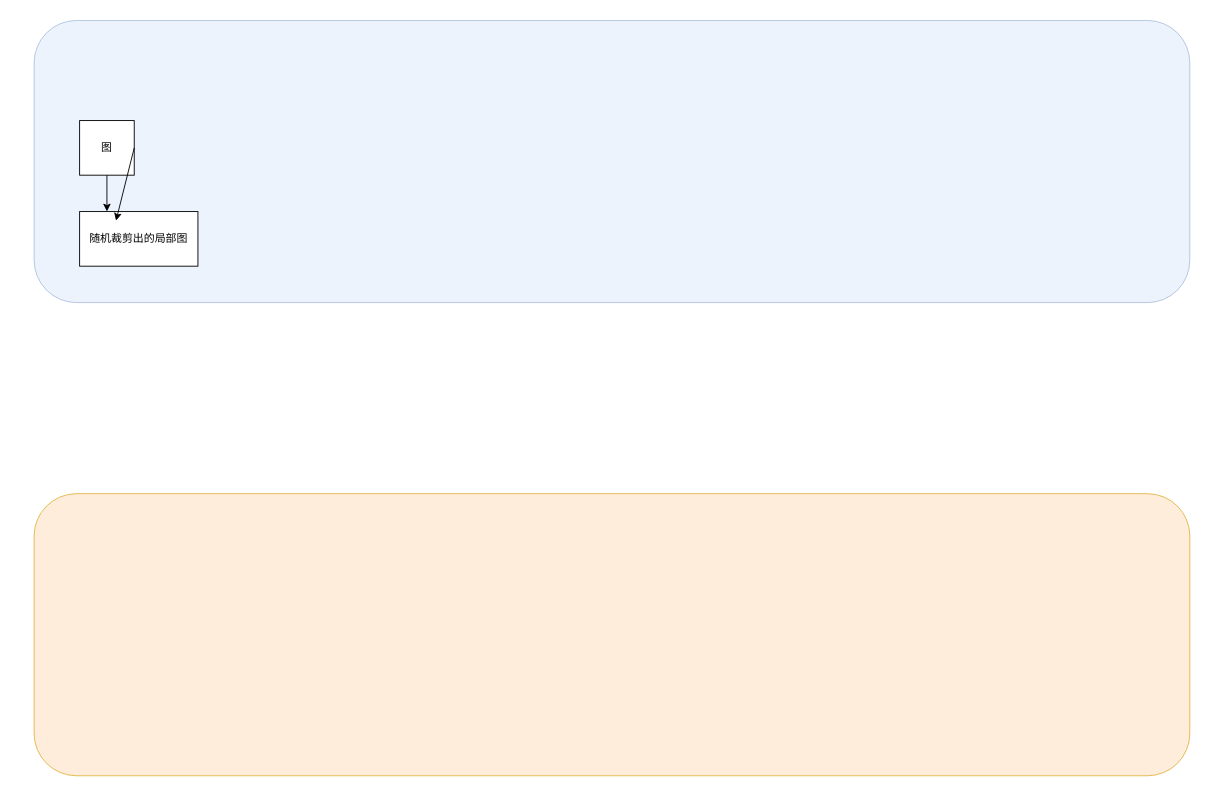
This is SAM-Med2D_fair.drawio from FiveYuanWashingMachine/ml_toolset, a draw.io file, before an edit. Source tidied: cells renumbered, new cells numbered last; positions are measured from the earlier drawing's top-left corner, leaving out a move shared by most shapes. Both pictures are drawn from the tidied source at 91%, with x=0, y=0 at pixel (34, 20).
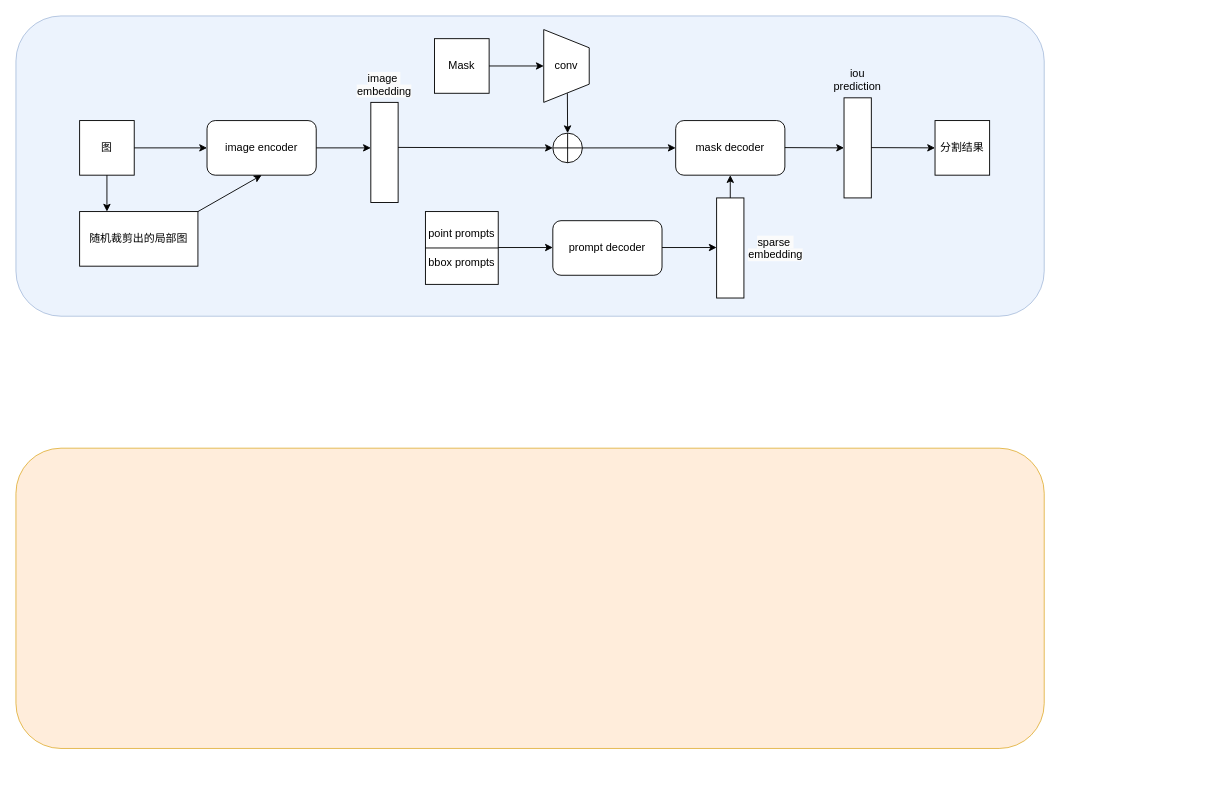
After the change.

Unchanged cells that the change refers to:
```xml
<mxCell id="3" value="图" style="rounded=0;whiteSpace=wrap;html=1;" parent="1" vertex="1">
  <mxGeometry x="50" y="110" width="60" height="60" as="geometry" />
</mxCell>
<mxCell id="6" value="随机裁剪出的局部图" style="rounded=0;whiteSpace=wrap;html=1;" parent="1" vertex="1">
  <mxGeometry x="50" y="210" width="130" height="60" as="geometry" />
</mxCell>
```

What changed in the source:
```diff
@@
     <mxCell id="2" style="rounded=1;whiteSpace=wrap;html=1;labelBackgroundColor=none;textShadow=0;fillColor=#dae8fc;strokeColor=#6c8ebf;opacity=50;" parent="1" vertex="1">
-      <mxGeometry width="1270" height="310" as="geometry" />
+      <mxGeometry x="-20" y="-5" width="1130" height="330" as="geometry" />
     </mxCell>
@@
     <mxCell id="4" style="rounded=1;whiteSpace=wrap;html=1;labelBackgroundColor=none;textShadow=0;fillColor=#ffe6cc;strokeColor=#d79b00;opacity=70;" parent="1" vertex="1">
-      <mxGeometry y="520" width="1270" height="310" as="geometry" />
+      <mxGeometry x="-20" y="470" width="1130" height="330" as="geometry" />
     </mxCell>
-    <mxCell id="5" style="endArrow=classic;html=1;rounded=0;exitX=0.5;exitY=1;exitDx=0;exitDy=0;entryX=0.063;entryY=0.677;entryDx=0;entryDy=0;entryPerimeter=0;" parent="1" edge="1" source="3" target="2">
-      <mxGeometry relative="1" as="geometry" />
+    <mxCell id="5" style="endArrow=classic;html=1;rounded=0;exitX=0.5;exitY=1;exitDx=0;exitDy=0;" parent="1" edge="1" source="3">
+      <mxGeometry relative="1" as="geometry">
+        <mxPoint x="80" y="210" as="targetPoint" />
+      </mxGeometry>
     </mxCell>
@@
-    <mxCell id="7" style="endArrow=classic;html=1;rounded=0;exitX=1;exitY=0.5;exitDx=0;exitDy=0;entryX=0.063;entryY=0.677;entryDx=0;entryDy=0;entryPerimeter=0;" parent="1" edge="1" source="3">
+    <mxCell id="7" style="endArrow=classic;html=1;rounded=0;exitX=1;exitY=0.5;exitDx=0;exitDy=0;" parent="1" edge="1" source="3">
       <mxGeometry relative="1" as="geometry">
-        <mxPoint x="90" y="220" as="targetPoint" />
+        <mxPoint x="190" y="140" as="targetPoint" />
       </mxGeometry>
     </mxCell>
+    <mxCell id="8" value="image encoder" style="rounded=1;whiteSpace=wrap;html=1;" parent="1" vertex="1">
+      <mxGeometry x="190" y="110" width="120" height="60" as="geometry" />
+    </mxCell>
+    <mxCell id="9" style="endArrow=classic;html=1;rounded=0;exitX=1;exitY=0;exitDx=0;exitDy=0;entryX=0.5;entryY=1;entryDx=0;entryDy=0;" parent="1" edge="1" source="6" target="8">
+      <mxGeometry relative="1" as="geometry" />
+    </mxCell>
+    <mxCell id="10" style="endArrow=classic;html=1;rounded=0;exitX=1;exitY=0.5;exitDx=0;exitDy=0;" parent="1" edge="1" source="8">
+      <mxGeometry relative="1" as="geometry">
+        <mxPoint x="370" y="140" as="targetPoint" />
+      </mxGeometry>
+    </mxCell>
+    <mxCell id="11" style="rounded=0;whiteSpace=wrap;html=1;" parent="1" vertex="1">
+      <mxGeometry x="370" y="90" width="30" height="110" as="geometry" />
+    </mxCell>
+    <mxCell id="12" value="&lt;span style=&quot;color: rgb(0, 0, 0); font-family: Helvetica; font-size: 12px; font-style: normal; font-variant-ligatures: normal; font-variant-caps: normal; font-weight: 400; letter-spacing: normal; orphans: 2; text-indent: 0px; text-transform: none; widows: 2; word-spacing: 0px; -webkit-text-stroke-width: 0px; white-space: normal; background-color: rgb(251, 251, 251); text-decoration-thickness: initial; text-decoration-style: initial; text-decoration-color: initial; float: none; display: inline !important;&quot;&gt;image&amp;nbsp;&lt;/span&gt;&lt;div&gt;&lt;span style=&quot;color: rgb(0, 0, 0); font-family: Helvetica; font-size: 12px; font-style: normal; font-variant-ligatures: normal; font-variant-caps: normal; font-weight: 400; letter-spacing: normal; orphans: 2; text-indent: 0px; text-transform: none; widows: 2; word-spacing: 0px; -webkit-text-stroke-width: 0px; white-space: normal; background-color: rgb(251, 251, 251); text-decoration-thickness: initial; text-decoration-style: initial; text-decoration-color: initial; float: none; display: inline !important;&quot;&gt;embedding&lt;/span&gt;&lt;/div&gt;" style="text;whiteSpace=wrap;html=1;align=center;" parent="1" vertex="1">
+      <mxGeometry x="330" y="50" width="110" height="40" as="geometry" />
+    </mxCell>
+    <mxCell id="13" style="endArrow=classic;html=1;rounded=0;exitX=1;exitY=0.5;exitDx=0;exitDy=0;entryX=0;entryY=0.5;entryDx=0;entryDy=0;" parent="1" edge="1" target="21">
+      <mxGeometry relative="1" as="geometry">
+        <mxPoint x="400" y="139.5" as="sourcePoint" />
+      </mxGeometry>
+    </mxCell>
+    <mxCell id="14" value="point prompts&lt;div style=&quot;line-height: 140%;&quot;&gt;&lt;div style=&quot;line-height: 140%;&quot;&gt;&lt;br&gt;&lt;/div&gt;&lt;div style=&quot;line-height: 140%;&quot;&gt;bbox&amp;nbsp;&lt;span style=&quot;background-color: initial;&quot;&gt;prompts&lt;/span&gt;&lt;/div&gt;&lt;/div&gt;" style="whiteSpace=wrap;html=1;" parent="1" vertex="1">
+      <mxGeometry x="430" y="210" width="80" height="80" as="geometry" />
+    </mxCell>
+    <mxCell id="15" style="endArrow=none;html=1;rounded=0;exitX=0;exitY=0.5;exitDx=0;exitDy=0;entryX=1;entryY=0.5;entryDx=0;entryDy=0;" parent="1" edge="1" source="14" target="14">
+      <mxGeometry relative="1" as="geometry" />
+    </mxCell>
+    <mxCell id="16" style="endArrow=classic;html=1;rounded=0;exitX=1;exitY=0.5;exitDx=0;exitDy=0;" parent="1" edge="1">
+      <mxGeometry relative="1" as="geometry">
+        <mxPoint x="510" y="249.5" as="sourcePoint" />
+        <mxPoint x="570" y="249.5" as="targetPoint" />
+      </mxGeometry>
+    </mxCell>
+    <mxCell id="17" value="prompt decoder" style="rounded=1;whiteSpace=wrap;html=1;" parent="1" vertex="1">
+      <mxGeometry x="570" y="220" width="120" height="60" as="geometry" />
+    </mxCell>
+    <mxCell id="18" style="endArrow=classic;html=1;rounded=0;exitX=1;exitY=0.5;exitDx=0;exitDy=0;" parent="1" edge="1">
+      <mxGeometry relative="1" as="geometry">
+        <mxPoint x="690" y="249.5" as="sourcePoint" />
+        <mxPoint x="750" y="249.5" as="targetPoint" />
+      </mxGeometry>
+    </mxCell>
+    <mxCell id="19" style="rounded=0;whiteSpace=wrap;html=1;" parent="1" vertex="1">
+      <mxGeometry x="750" y="195" width="30" height="110" as="geometry" />
+    </mxCell>
+    <mxCell id="20" value="&lt;span style=&quot;color: rgb(0, 0, 0); font-family: Helvetica; font-size: 12px; font-style: normal; font-variant-ligatures: normal; font-variant-caps: normal; font-weight: 400; letter-spacing: normal; orphans: 2; text-indent: 0px; text-transform: none; widows: 2; word-spacing: 0px; -webkit-text-stroke-width: 0px; white-space: normal; background-color: rgb(251, 251, 251); text-decoration-thickness: initial; text-decoration-style: initial; text-decoration-color: initial; float: none; display: inline !important;&quot;&gt;sparse&amp;nbsp;&lt;/span&gt;&lt;div&gt;&lt;span style=&quot;color: rgb(0, 0, 0); font-family: Helvetica; font-size: 12px; font-style: normal; font-variant-ligatures: normal; font-variant-caps: normal; font-weight: 400; letter-spacing: normal; orphans: 2; text-indent: 0px; text-transform: none; widows: 2; word-spacing: 0px; -webkit-text-stroke-width: 0px; white-space: normal; background-color: rgb(251, 251, 251); text-decoration-thickness: initial; text-decoration-style: initial; text-decoration-color: initial; float: none; display: inline !important;&quot;&gt;embedding&lt;/span&gt;&lt;/div&gt;" style="text;whiteSpace=wrap;html=1;align=center;" parent="1" vertex="1">
+      <mxGeometry x="760" y="230" width="110" height="40" as="geometry" />
+    </mxCell>
+    <mxCell id="21" style="ellipse;whiteSpace=wrap;html=1;" parent="1" vertex="1">
+      <mxGeometry x="570" y="123.8" width="32.5" height="32.5" as="geometry" />
+    </mxCell>
+    <mxCell id="22" style="endArrow=none;html=1;rounded=0;entryX=0.5;entryY=0;entryDx=0;entryDy=0;exitX=0.5;exitY=1;exitDx=0;exitDy=0;" parent="1" edge="1" source="21" target="21">
+      <mxGeometry relative="1" as="geometry" />
+    </mxCell>
+    <mxCell id="23" value="Mask" style="rounded=0;whiteSpace=wrap;html=1;" parent="1" vertex="1">
+      <mxGeometry x="440" y="20" width="60" height="60" as="geometry" />
+    </mxCell>
+    <mxCell id="24" style="endArrow=classic;html=1;rounded=0;exitX=1;exitY=0.5;exitDx=0;exitDy=0;" parent="1" edge="1" source="23">
+      <mxGeometry relative="1" as="geometry">
+        <mxPoint x="560" y="50" as="targetPoint" />
+      </mxGeometry>
+    </mxCell>
+    <mxCell id="25" value="conv" style="shape=trapezoid;perimeter=trapezoidPerimeter;whiteSpace=wrap;html=1;fixedSize=1;direction=south;" parent="1" vertex="1">
+      <mxGeometry x="560" y="10" width="50" height="80" as="geometry" />
+    </mxCell>
+    <mxCell id="26" style="endArrow=classic;html=1;rounded=0;entryX=0.5;entryY=0;entryDx=0;entryDy=0;" parent="1" edge="1" target="21">
+      <mxGeometry relative="1" as="geometry">
+        <mxPoint x="586" y="80" as="sourcePoint" />
+      </mxGeometry>
+    </mxCell>
+    <mxCell id="27" style="endArrow=none;html=1;rounded=0;entryX=0;entryY=0.5;entryDx=0;entryDy=0;exitX=1;exitY=0.5;exitDx=0;exitDy=0;" parent="1" edge="1" source="21" target="21">
+      <mxGeometry relative="1" as="geometry" />
+    </mxCell>
+    <mxCell id="28" style="endArrow=classic;html=1;rounded=0;exitX=1;exitY=0.5;exitDx=0;exitDy=0;entryX=0;entryY=0.5;entryDx=0;entryDy=0;" parent="1" edge="1" source="21" target="29">
+      <mxGeometry relative="1" as="geometry" />
+    </mxCell>
+    <mxCell id="29" value="mask decoder" style="rounded=1;whiteSpace=wrap;html=1;" parent="1" vertex="1">
+      <mxGeometry x="705" y="110" width="120" height="60" as="geometry" />
+    </mxCell>
+    <mxCell id="30" style="endArrow=classic;html=1;rounded=0;exitX=0.5;exitY=0;exitDx=0;exitDy=0;" parent="1" edge="1" source="19" target="29">
+      <mxGeometry relative="1" as="geometry" />
+    </mxCell>
+    <mxCell id="31" style="endArrow=classic;html=1;rounded=0;exitX=1;exitY=0.5;exitDx=0;exitDy=0;entryX=0;entryY=0.5;entryDx=0;entryDy=0;" parent="1" edge="1" target="32">
+      <mxGeometry relative="1" as="geometry">
+        <mxPoint x="825" y="139.7" as="sourcePoint" />
+      </mxGeometry>
+    </mxCell>
+    <mxCell id="32" style="rounded=0;whiteSpace=wrap;html=1;" parent="1" vertex="1">
+      <mxGeometry x="890" y="85" width="30" height="110" as="geometry" />
+    </mxCell>
+    <mxCell id="33" value="iou&lt;div&gt;prediction&lt;/div&gt;" style="text;whiteSpace=wrap;html=1;align=center;" parent="1" vertex="1">
+      <mxGeometry x="850" y="45" width="110" height="40" as="geometry" />
+    </mxCell>
+    <mxCell id="34" style="endArrow=classic;html=1;rounded=0;exitX=1;exitY=0.5;exitDx=0;exitDy=0;entryX=0;entryY=0.5;entryDx=0;entryDy=0;" parent="1" edge="1" target="35">
+      <mxGeometry relative="1" as="geometry">
+        <mxPoint x="920" y="139.7" as="sourcePoint" />
+      </mxGeometry>
+    </mxCell>
+    <mxCell id="35" value="分割结果" style="rounded=0;whiteSpace=wrap;html=1;" parent="1" vertex="1">
+      <mxGeometry x="990" y="110" width="60" height="60" as="geometry" />
+    </mxCell>
```
